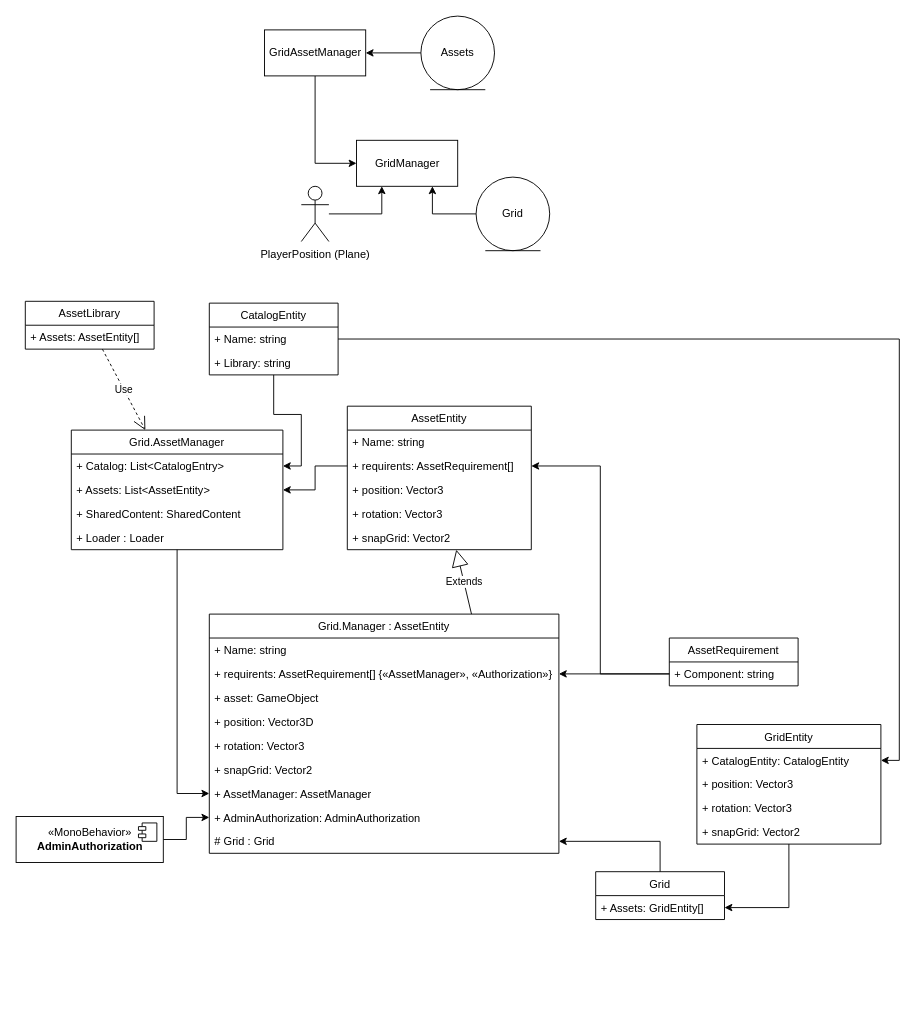
This is Unity/GridSystem.drawio from enbock/itbock.de, a draw.io file, before an edit. Source tidied: cells renumbered, new cells numbered last; positions are measured from the earlier drawing's top-left corner, leaving out a move shared by most shapes. Both pictures are drawn from the tidied source at 92%, with x=0, y=0 at pixel (16, 16).
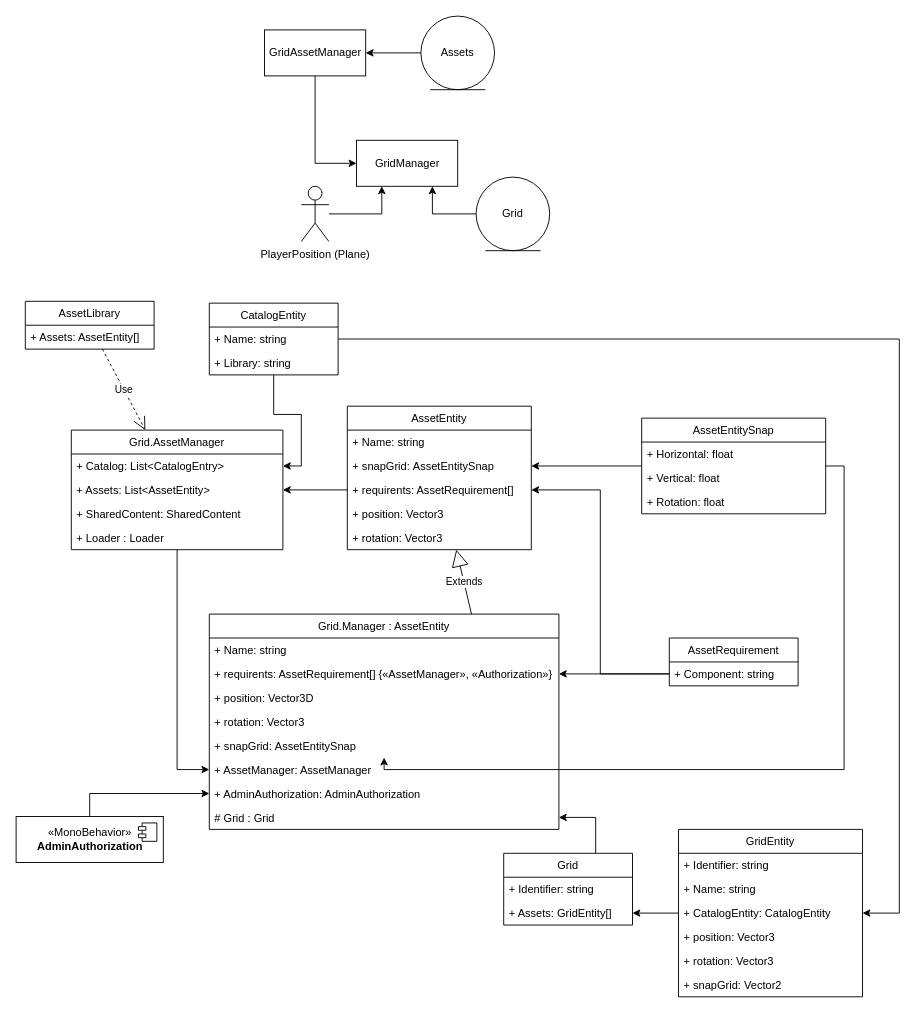
Above is the later version.

Unchanged cells that the change refers to:
```xml
<mxCell id="21" value="AssetEntity" style="swimlane;fontStyle=0;horizontal=1;startSize=26;fillColor=none;" parent="1" vertex="1">
  <mxGeometry x="360" y="424" width="200" height="156" as="geometry" />
</mxCell>
<mxCell id="46" value="+ Name: string" style="text;strokeColor=none;fillColor=none;align=left;verticalAlign=top;spacingLeft=4;spacingRight=4;overflow=hidden;points=[[0,0.5],[1,0.5]];portConstraint=eastwest;" parent="45" vertex="1">
  <mxGeometry y="26" width="140" height="26" as="geometry" />
</mxCell>
```

The edit, as a diff of the source:
```diff
@@
     <mxCell id="17" style="edgeStyle=orthogonalEdgeStyle;rounded=0;jettySize=auto;html=1;" parent="1" edge="1" source="52" target="42">
-      <mxGeometry relative="1" as="geometry" />
+      <mxGeometry relative="1" as="geometry">
+        <Array as="points">
+          <mxPoint x="630" y="871" />
+        </Array>
+      </mxGeometry>
     </mxCell>
@@
+    <mxCell id="26" value="+ snapGrid: AssetEntitySnap&#10;" style="text;strokeColor=none;fillColor=none;align=left;verticalAlign=top;spacingLeft=4;spacingRight=4;overflow=hidden;points=[[0,0.5],[1,0.5]];portConstraint=eastwest;" parent="21" vertex="1">
+      <mxGeometry y="52" width="200" height="26" as="geometry" />
+    </mxCell>
     <mxCell id="23" value="+ requirents: AssetRequirement[]" style="text;strokeColor=none;fillColor=none;align=left;verticalAlign=top;spacingLeft=4;spacingRight=4;overflow=hidden;points=[[0,0.5],[1,0.5]];portConstraint=eastwest;" parent="21" vertex="1">
-      <mxGeometry y="52" width="200" height="26" as="geometry" />
+      <mxGeometry y="78" width="200" height="26" as="geometry" />
     </mxCell>
     <mxCell id="24" value="+ position: Vector3" style="text;strokeColor=none;fillColor=none;align=left;verticalAlign=top;spacingLeft=4;spacingRight=4;overflow=hidden;" parent="21" vertex="1">
-      <mxGeometry y="78" width="200" height="26" as="geometry" />
+      <mxGeometry y="104" width="200" height="26" as="geometry" />
     </mxCell>
     <mxCell id="25" value="+ rotation: Vector3" style="text;strokeColor=none;fillColor=none;align=left;verticalAlign=top;spacingLeft=4;spacingRight=4;overflow=hidden;" parent="21" vertex="1">
-      <mxGeometry y="104" width="200" height="26" as="geometry" />
+      <mxGeometry y="130" width="200" height="26" as="geometry" />
     </mxCell>
-    <mxCell id="26" value="+ snapGrid: Vector2" style="text;strokeColor=none;fillColor=none;align=left;verticalAlign=top;spacingLeft=4;spacingRight=4;overflow=hidden;points=[[0,0.5],[1,0.5]];portConstraint=eastwest;" parent="21" vertex="1">
-      <mxGeometry y="130" width="200" height="26" as="geometry" />
-    </mxCell>
@@
     <mxCell id="33" value="Grid.Manager : AssetEntity" style="swimlane;fontStyle=0;horizontal=1;startSize=26;fillColor=none;" parent="1" vertex="1">
-      <mxGeometry x="210" y="650" width="380" height="260" as="geometry" />
+      <mxGeometry x="210" y="650" width="380" height="234" as="geometry" />
     </mxCell>
@@
-    <mxCell id="36" value="+ asset: GameObject" style="text;strokeColor=none;fillColor=none;align=left;verticalAlign=top;spacingLeft=4;spacingRight=4;overflow=hidden;" parent="33" vertex="1">
-      <mxGeometry y="78" width="380" height="26" as="geometry" />
-    </mxCell>
     <mxCell id="37" value="+ position: Vector3D" style="text;strokeColor=none;fillColor=none;align=left;verticalAlign=top;spacingLeft=4;spacingRight=4;overflow=hidden;" parent="33" vertex="1">
-      <mxGeometry y="104" width="380" height="26" as="geometry" />
+      <mxGeometry y="78" width="380" height="26" as="geometry" />
     </mxCell>
     <mxCell id="38" value="+ rotation: Vector3" style="text;strokeColor=none;fillColor=none;align=left;verticalAlign=top;spacingLeft=4;spacingRight=4;overflow=hidden;" parent="33" vertex="1">
-      <mxGeometry y="130" width="380" height="26" as="geometry" />
+      <mxGeometry y="104" width="380" height="26" as="geometry" />
     </mxCell>
-    <mxCell id="39" value="+ snapGrid: Vector2" style="text;strokeColor=none;fillColor=none;align=left;verticalAlign=top;spacingLeft=4;spacingRight=4;overflow=hidden;" parent="33" vertex="1">
-      <mxGeometry y="156" width="380" height="26" as="geometry" />
-    </mxCell>
+    <mxCell id="61" value="+ snapGrid: AssetEntitySnap&#10;" style="text;strokeColor=none;fillColor=none;align=left;verticalAlign=top;spacingLeft=4;spacingRight=4;overflow=hidden;points=[[0,0.5],[1,0.5]];portConstraint=eastwest;" parent="33" vertex="1">
+      <mxGeometry y="130" width="380" height="26" as="geometry" />
+    </mxCell>
     <mxCell id="40" value="+ AssetManager: AssetManager&#10;" style="text;strokeColor=none;fillColor=none;align=left;verticalAlign=top;spacingLeft=4;spacingRight=4;overflow=hidden;points=[[0,0.5],[1,0.5]];portConstraint=eastwest;" parent="33" vertex="1">
-      <mxGeometry y="182" width="380" height="26" as="geometry" />
+      <mxGeometry y="156" width="380" height="26" as="geometry" />
     </mxCell>
     <mxCell id="41" value="+ AdminAuthorization: AdminAuthorization" style="text;strokeColor=none;fillColor=none;align=left;verticalAlign=top;spacingLeft=4;spacingRight=4;overflow=hidden;points=[[0,0.5],[1,0.5]];portConstraint=eastwest;" parent="33" vertex="1">
-      <mxGeometry y="208" width="380" height="26" as="geometry" />
+      <mxGeometry y="182" width="380" height="26" as="geometry" />
     </mxCell>
     <mxCell id="42" value="# Grid : Grid" style="text;strokeColor=none;fillColor=none;align=left;verticalAlign=top;spacingLeft=4;spacingRight=4;overflow=hidden;points=[[0,0.5],[1,0.5]];portConstraint=eastwest;" parent="33" vertex="1">
-      <mxGeometry y="234" width="380" height="26" as="geometry" />
+      <mxGeometry y="208" width="380" height="26" as="geometry" />
     </mxCell>
@@
-    <mxCell id="52" value="Grid" style="swimlane;fontStyle=0;horizontal=1;startSize=26;fillColor=none;" parent="1" vertex="1">
-      <mxGeometry x="630" y="930" width="140" height="52" as="geometry" />
-    </mxCell>
-    <mxCell id="53" value="+ Assets: GridEntity[]" style="text;strokeColor=none;fillColor=none;align=left;verticalAlign=top;spacingLeft=4;spacingRight=4;overflow=hidden;points=[[0,0.5],[1,0.5]];portConstraint=eastwest;" parent="52" vertex="1">
-      <mxGeometry y="26" width="140" height="26" as="geometry" />
-    </mxCell>
     <mxCell id="54" style="edgeStyle=orthogonalEdgeStyle;rounded=0;jettySize=auto;html=1;entryX=1;entryY=0.5;entryDx=0;entryDy=0;" parent="1" edge="1" source="46" target="57">
-      <mxGeometry relative="1" as="geometry" />
+      <mxGeometry relative="1" as="geometry">
+        <Array as="points">
+          <mxPoint x="960" y="351" />
+          <mxPoint x="960" y="975" />
+        </Array>
+      </mxGeometry>
     </mxCell>
@@
+    <mxCell id="62" style="edgeStyle=orthogonalEdgeStyle;rounded=0;jettySize=auto;html=1;" parent="1" edge="1" source="64" target="26">
+      <mxGeometry relative="1" as="geometry" />
+    </mxCell>
+    <mxCell id="63" style="edgeStyle=orthogonalEdgeStyle;rounded=0;jettySize=auto;html=1;" parent="1" edge="1" source="66" target="61">
+      <mxGeometry relative="1" as="geometry">
+        <Array as="points">
+          <mxPoint x="900" y="489" />
+          <mxPoint x="900" y="819" />
+        </Array>
+      </mxGeometry>
+    </mxCell>
+    <mxCell id="64" value="AssetEntitySnap" style="swimlane;fontStyle=0;horizontal=1;startSize=26;fillColor=none;" parent="1" vertex="1">
+      <mxGeometry x="680" y="437" width="200" height="104" as="geometry" />
+    </mxCell>
+    <mxCell id="65" value="+ Horizontal: float" style="text;strokeColor=none;fillColor=none;align=left;verticalAlign=top;spacingLeft=4;spacingRight=4;overflow=hidden;" parent="64" vertex="1">
+      <mxGeometry y="26" width="200" height="26" as="geometry" />
+    </mxCell>
+    <mxCell id="66" value="+ Vertical: float" style="text;strokeColor=none;fillColor=none;align=left;verticalAlign=top;spacingLeft=4;spacingRight=4;overflow=hidden;points=[[0,0.5],[1,0.5]];portConstraint=eastwest;" parent="64" vertex="1">
+      <mxGeometry y="52" width="200" height="26" as="geometry" />
+    </mxCell>
+    <mxCell id="67" value="+ Rotation: float" style="text;strokeColor=none;fillColor=none;align=left;verticalAlign=top;spacingLeft=4;spacingRight=4;overflow=hidden;" parent="64" vertex="1">
+      <mxGeometry y="78" width="200" height="26" as="geometry" />
+    </mxCell>
+    <mxCell id="52" value="Grid" style="swimlane;fontStyle=0;horizontal=1;startSize=26;fillColor=none;" parent="1" vertex="1">
+      <mxGeometry x="530" y="910" width="140" height="78" as="geometry" />
+    </mxCell>
+    <mxCell id="68" value="+ Identifier: string&#10;" style="text;strokeColor=none;fillColor=none;align=left;verticalAlign=top;spacingLeft=4;spacingRight=4;overflow=hidden;" parent="52" vertex="1">
+      <mxGeometry y="26" width="140" height="26" as="geometry" />
+    </mxCell>
+    <mxCell id="53" value="+ Assets: GridEntity[]" style="text;strokeColor=none;fillColor=none;align=left;verticalAlign=top;spacingLeft=4;spacingRight=4;overflow=hidden;points=[[0,0.5],[1,0.5]];portConstraint=eastwest;" parent="52" vertex="1">
+      <mxGeometry y="52" width="140" height="26" as="geometry" />
+    </mxCell>
     <mxCell id="56" value="GridEntity" style="swimlane;fontStyle=0;horizontal=1;startSize=26;fillColor=none;" parent="1" vertex="1">
-      <mxGeometry x="740" y="770" width="200" height="130" as="geometry" />
+      <mxGeometry x="720" y="884" width="200" height="182" as="geometry" />
     </mxCell>
+    <mxCell id="69" value="+ Identifier: string&#10;" style="text;strokeColor=none;fillColor=none;align=left;verticalAlign=top;spacingLeft=4;spacingRight=4;overflow=hidden;" parent="56" vertex="1">
+      <mxGeometry y="26" width="200" height="26" as="geometry" />
+    </mxCell>
+    <mxCell id="70" value="+ Name: string" style="text;strokeColor=none;fillColor=none;align=left;verticalAlign=top;spacingLeft=4;spacingRight=4;overflow=hidden;" parent="56" vertex="1">
+      <mxGeometry y="52" width="200" height="26" as="geometry" />
+    </mxCell>
     <mxCell id="57" value="+ CatalogEntity: CatalogEntity" style="text;strokeColor=none;fillColor=none;align=left;verticalAlign=top;spacingLeft=4;spacingRight=4;overflow=hidden;points=[[0,0.5],[1,0.5]];portConstraint=eastwest;" parent="56" vertex="1">
-      <mxGeometry y="26" width="200" height="26" as="geometry" />
+      <mxGeometry y="78" width="200" height="26" as="geometry" />
     </mxCell>
     <mxCell id="58" value="+ position: Vector3" style="text;strokeColor=none;fillColor=none;align=left;verticalAlign=top;spacingLeft=4;spacingRight=4;overflow=hidden;" parent="56" vertex="1">
-      <mxGeometry y="52" width="200" height="26" as="geometry" />
+      <mxGeometry y="104" width="200" height="26" as="geometry" />
     </mxCell>
     <mxCell id="59" value="+ rotation: Vector3" style="text;strokeColor=none;fillColor=none;align=left;verticalAlign=top;spacingLeft=4;spacingRight=4;overflow=hidden;" parent="56" vertex="1">
-      <mxGeometry y="78" width="200" height="26" as="geometry" />
+      <mxGeometry y="130" width="200" height="26" as="geometry" />
     </mxCell>
     <mxCell id="60" value="+ snapGrid: Vector2" style="text;strokeColor=none;fillColor=none;align=left;verticalAlign=top;spacingLeft=4;spacingRight=4;overflow=hidden;" parent="56" vertex="1">
-      <mxGeometry y="104" width="200" height="26" as="geometry" />
+      <mxGeometry y="156" width="200" height="26" as="geometry" />
     </mxCell>
```
